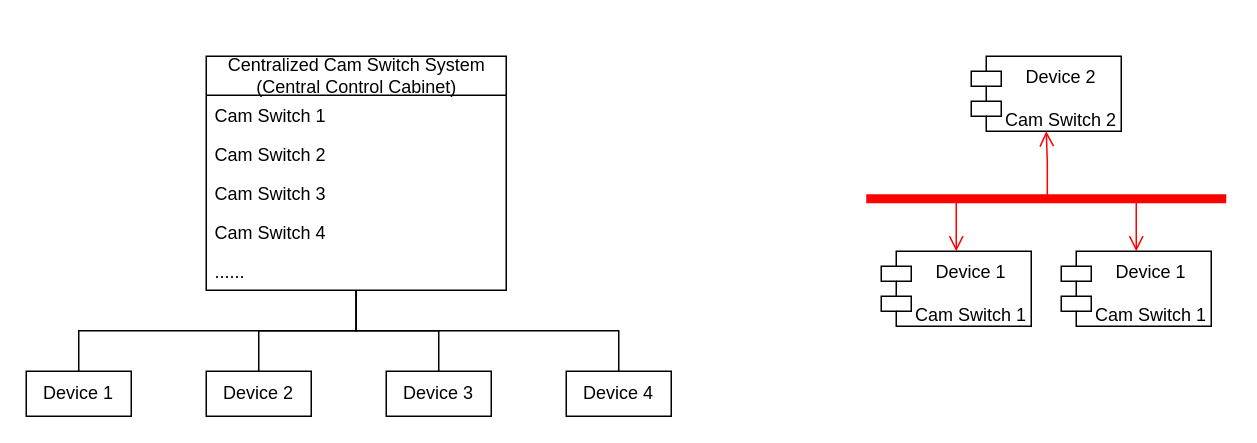
The draw.io diagram Distributed Cam Switch.drawio in RiemannLee19/UMLs, before the edit. Source tidied: cells renumbered, new cells numbered last; positions are measured from the earlier drawing's top-left corner, leaving out a move shared by most shapes. Both pictures are drawn from the tidied source at 150%, with x=0, y=0 at pixel (26, 56).
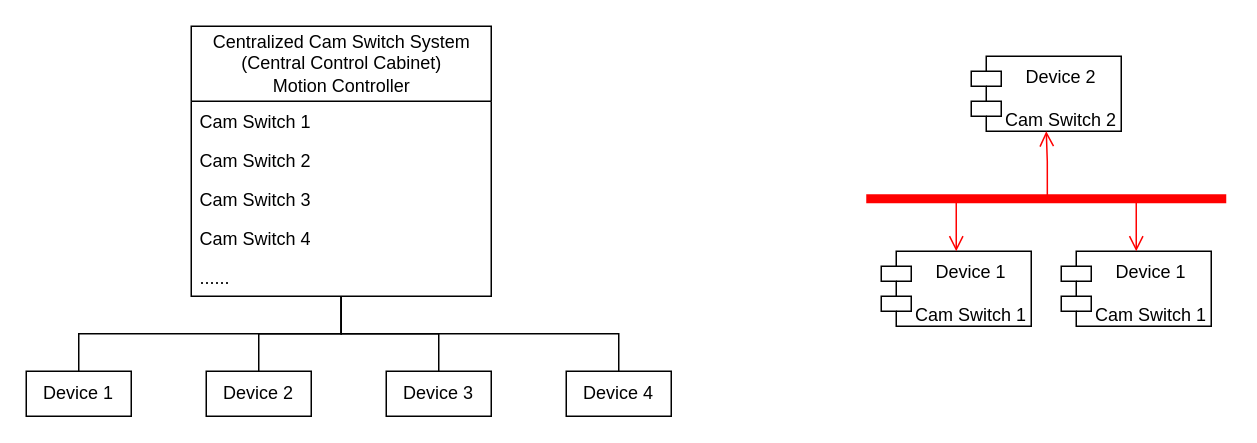
The same page after the edit.

Change to the diagram source:
```diff
@@
-    <mxCell id="2" value="Centralized Cam Switch System&lt;br&gt;(Central Control Cabinet)" style="swimlane;fontStyle=0;horizontal=1;startSize=26;fillColor=none;html=1;" parent="1" vertex="1">
-      <mxGeometry x="120" width="200" height="156" as="geometry" />
+    <mxCell id="2" value="Centralized Cam Switch System&lt;br&gt;(Central Control Cabinet)&lt;br&gt;Motion Controller" style="swimlane;fontStyle=0;horizontal=1;startSize=50;fillColor=none;html=1;" parent="1" vertex="1">
+      <mxGeometry x="110" y="-20" width="200" height="180" as="geometry" />
     </mxCell>
     <mxCell id="3" value="Cam Switch 1" style="text;strokeColor=none;fillColor=none;align=left;verticalAlign=top;spacingLeft=4;spacingRight=4;overflow=hidden;whiteSpace=wrap;html=1;" parent="2" vertex="1">
-      <mxGeometry y="26" width="200" height="26" as="geometry" />
+      <mxGeometry y="50" width="200" height="26" as="geometry" />
     </mxCell>
     <mxCell id="4" value="Cam Switch&amp;nbsp;2" style="text;strokeColor=none;fillColor=none;align=left;verticalAlign=top;spacingLeft=4;spacingRight=4;overflow=hidden;whiteSpace=wrap;html=1;" parent="2" vertex="1">
-      <mxGeometry y="52" width="200" height="26" as="geometry" />
+      <mxGeometry y="76" width="200" height="26" as="geometry" />
     </mxCell>
     <mxCell id="5" value="Cam Switch&amp;nbsp;3" style="text;strokeColor=none;fillColor=none;align=left;verticalAlign=top;spacingLeft=4;spacingRight=4;overflow=hidden;whiteSpace=wrap;html=1;" parent="2" vertex="1">
-      <mxGeometry y="78" width="200" height="26" as="geometry" />
+      <mxGeometry y="102" width="200" height="26" as="geometry" />
     </mxCell>
     <mxCell id="6" value="Cam Switch&amp;nbsp;4" style="text;strokeColor=none;fillColor=none;align=left;verticalAlign=top;spacingLeft=4;spacingRight=4;overflow=hidden;whiteSpace=wrap;html=1;" parent="2" vertex="1">
-      <mxGeometry y="104" width="200" height="26" as="geometry" />
+      <mxGeometry y="128" width="200" height="26" as="geometry" />
     </mxCell>
     <mxCell id="7" value="......" style="text;strokeColor=none;fillColor=none;align=left;verticalAlign=top;spacingLeft=4;spacingRight=4;overflow=hidden;whiteSpace=wrap;html=1;" parent="2" vertex="1">
-      <mxGeometry y="130" width="200" height="26" as="geometry" />
+      <mxGeometry y="154" width="200" height="26" as="geometry" />
     </mxCell>
```
